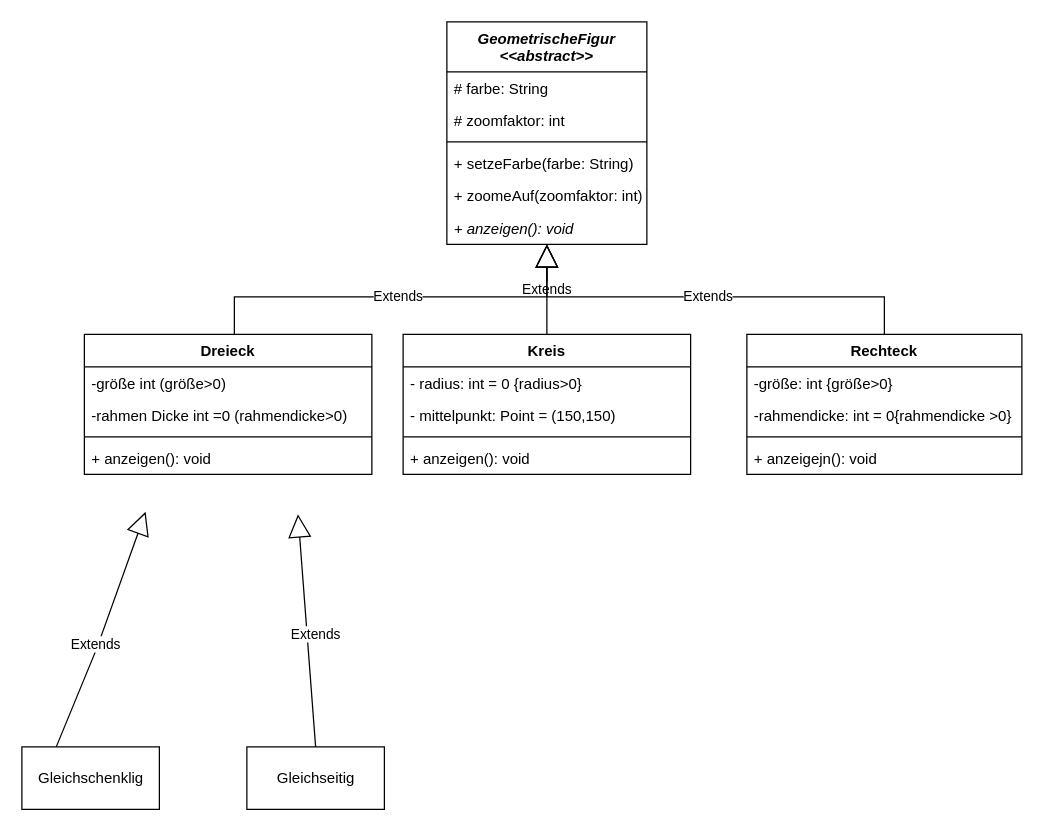
Earlier version of the draw.io diagram page "Seite-1" (1 of 2) of diagramme/Klassendiagramm.drawio (bso-hef/2022_LF8). Source tidied: cells renumbered, new cells numbered last; positions are measured from the earlier drawing's top-left corner, leaving out a move shared by most shapes. Both pictures are drawn from the tidied source at 125%, with x=0, y=0 at pixel (21, 21).
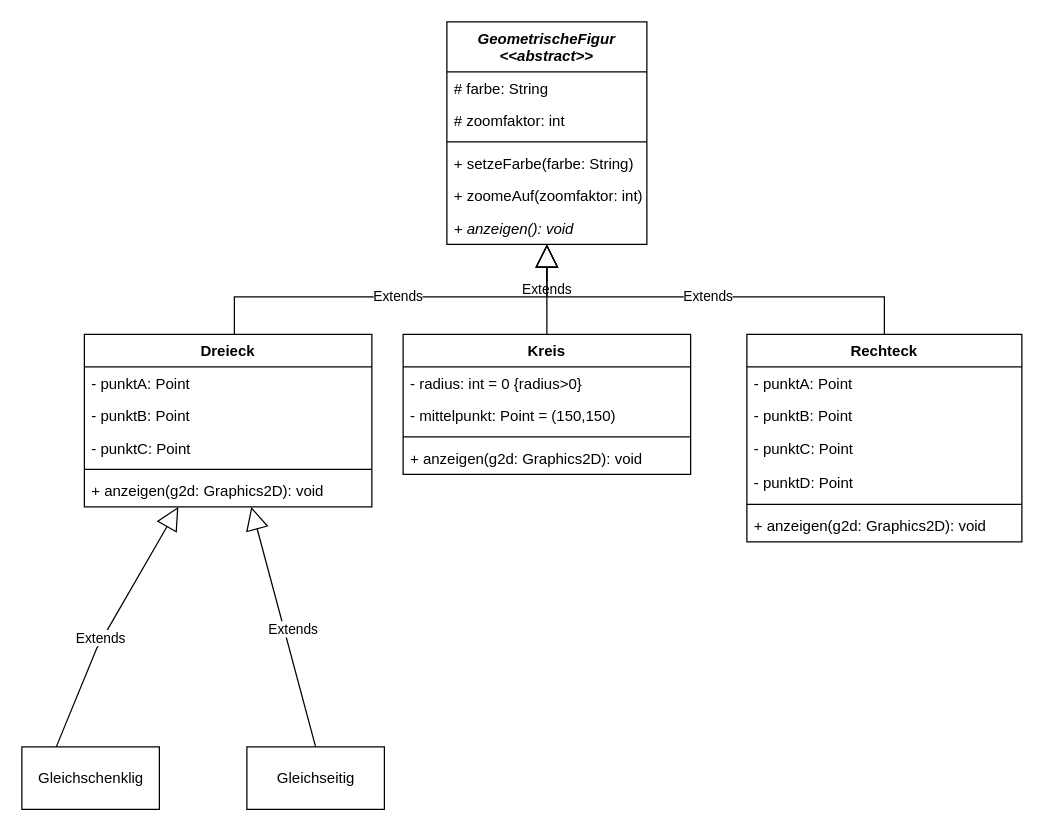
The same page after the edit.

Commit message:
updated class diagramm

Unchanged cells that the change refers to:
```xml
<mxCell id="2" value="Kreis" style="swimlane;fontStyle=1;align=center;verticalAlign=top;horizontal=1;startSize=26;" parent="1" vertex="1">
  <mxGeometry x="305" y="250" width="230" height="112" as="geometry" />
</mxCell>
<mxCell id="24" value="Gleichschenklig" style="html=1;" parent="1" vertex="1">
  <mxGeometry y="580" width="110" height="50" as="geometry" />
</mxCell>
<mxCell id="25" value="Gleichseitig" style="html=1;" parent="1" vertex="1">
  <mxGeometry x="180" y="580" width="110" height="50" as="geometry" />
</mxCell>
```

Change to the diagram source:
```diff
@@
-    <mxCell id="6" value="+ anzeigen(): void" style="text;strokeColor=none;fillColor=none;align=left;verticalAlign=top;spacingLeft=4;spacingRight=4;overflow=hidden;" parent="2" vertex="1">
+    <mxCell id="6" value="+ anzeigen(g2d: Graphics2D): void" style="text;strokeColor=none;fillColor=none;align=left;verticalAlign=top;spacingLeft=4;spacingRight=4;overflow=hidden;" parent="2" vertex="1">
       <mxGeometry y="86" width="230" height="26" as="geometry" />
     </mxCell>
     <mxCell id="7" value="Dreieck" style="swimlane;fontStyle=1;align=center;verticalAlign=top;horizontal=1;startSize=26;" parent="1" vertex="1">
-      <mxGeometry x="50" y="250" width="230" height="112" as="geometry" />
+      <mxGeometry x="50" y="250" width="230" height="138" as="geometry" />
     </mxCell>
-    <mxCell id="8" value="-größe int (größe&gt;0)" style="text;strokeColor=none;fillColor=none;align=left;verticalAlign=top;spacingLeft=4;spacingRight=4;overflow=hidden;" parent="7" vertex="1">
+    <mxCell id="8" value="- punktA: Point" style="text;strokeColor=none;fillColor=none;align=left;verticalAlign=top;spacingLeft=4;spacingRight=4;overflow=hidden;" parent="7" vertex="1">
       <mxGeometry y="26" width="230" height="26" as="geometry" />
     </mxCell>
-    <mxCell id="9" value="-rahmen Dicke int =0 (rahmendicke&gt;0)" style="text;strokeColor=none;fillColor=none;align=left;verticalAlign=top;spacingLeft=4;spacingRight=4;overflow=hidden;" parent="7" vertex="1">
-      <mxGeometry y="52" width="230" height="26" as="geometry" />
-    </mxCell>
+    <mxCell id="31" value="- punktB: Point" style="text;strokeColor=none;fillColor=none;align=left;verticalAlign=top;spacingLeft=4;spacingRight=4;overflow=hidden;" parent="7" vertex="1">
+      <mxGeometry y="52" width="230" height="26" as="geometry" />
+    </mxCell>
+    <mxCell id="32" value="- punktC: Point" style="text;strokeColor=none;fillColor=none;align=left;verticalAlign=top;spacingLeft=4;spacingRight=4;overflow=hidden;" parent="7" vertex="1">
+      <mxGeometry y="78" width="230" height="26" as="geometry" />
+    </mxCell>
     <mxCell id="10" style="line;strokeWidth=1;fillColor=none;align=left;verticalAlign=middle;spacingTop=-1;spacingLeft=3;spacingRight=3;labelPosition=right;strokeColor=inherit;" parent="7" vertex="1">
-      <mxGeometry y="78" width="230" height="8" as="geometry" />
+      <mxGeometry y="104" width="230" height="8" as="geometry" />
     </mxCell>
-    <mxCell id="11" value="+ anzeigen(): void&#10;" style="text;strokeColor=none;fillColor=none;align=left;verticalAlign=top;spacingLeft=4;spacingRight=4;overflow=hidden;" parent="7" vertex="1">
-      <mxGeometry y="86" width="230" height="26" as="geometry" />
+    <mxCell id="11" value="+ anzeigen(g2d: Graphics2D): void&#10;" style="text;strokeColor=none;fillColor=none;align=left;verticalAlign=top;spacingLeft=4;spacingRight=4;overflow=hidden;" parent="7" vertex="1">
+      <mxGeometry y="112" width="230" height="26" as="geometry" />
     </mxCell>
     <mxCell id="12" value="Rechteck" style="swimlane;fontStyle=1;align=center;verticalAlign=top;horizontal=1;startSize=26;" parent="1" vertex="1">
-      <mxGeometry x="580" y="250" width="220" height="112" as="geometry" />
+      <mxGeometry x="580" y="250" width="220" height="166" as="geometry" />
     </mxCell>
-    <mxCell id="13" value="-größe: int {größe&gt;0}" style="text;strokeColor=none;fillColor=none;align=left;verticalAlign=top;spacingLeft=4;spacingRight=4;overflow=hidden;" parent="12" vertex="1">
-      <mxGeometry y="26" width="220" height="26" as="geometry" />
-    </mxCell>
-    <mxCell id="14" value="-rahmendicke: int = 0{rahmendicke &gt;0}" style="text;strokeColor=none;fillColor=none;align=left;verticalAlign=top;spacingLeft=4;spacingRight=4;overflow=hidden;" parent="12" vertex="1">
-      <mxGeometry y="52" width="220" height="26" as="geometry" />
-    </mxCell>
+    <mxCell id="33" value="- punktA: Point" style="text;strokeColor=none;fillColor=none;align=left;verticalAlign=top;spacingLeft=4;spacingRight=4;overflow=hidden;" parent="12" vertex="1">
+      <mxGeometry y="26" width="220" height="26" as="geometry" />
+    </mxCell>
+    <mxCell id="34" value="- punktB: Point" style="text;strokeColor=none;fillColor=none;align=left;verticalAlign=top;spacingLeft=4;spacingRight=4;overflow=hidden;" parent="12" vertex="1">
+      <mxGeometry y="52" width="220" height="26" as="geometry" />
+    </mxCell>
+    <mxCell id="35" value="- punktC: Point" style="text;strokeColor=none;fillColor=none;align=left;verticalAlign=top;spacingLeft=4;spacingRight=4;overflow=hidden;" parent="12" vertex="1">
+      <mxGeometry y="78" width="220" height="27" as="geometry" />
+    </mxCell>
+    <mxCell id="36" value="- punktD: Point" style="text;strokeColor=none;fillColor=none;align=left;verticalAlign=top;spacingLeft=4;spacingRight=4;overflow=hidden;" parent="12" vertex="1">
+      <mxGeometry y="105" width="220" height="27" as="geometry" />
+    </mxCell>
     <mxCell id="15" style="line;strokeWidth=1;fillColor=none;align=left;verticalAlign=middle;spacingTop=-1;spacingLeft=3;spacingRight=3;labelPosition=right;strokeColor=inherit;" parent="12" vertex="1">
-      <mxGeometry y="78" width="220" height="8" as="geometry" />
+      <mxGeometry y="132" width="220" height="8" as="geometry" />
     </mxCell>
-    <mxCell id="16" value="+ anzeigejn(): void" style="text;strokeColor=none;fillColor=none;align=left;verticalAlign=top;spacingLeft=4;spacingRight=4;overflow=hidden;" parent="12" vertex="1">
-      <mxGeometry y="86" width="220" height="26" as="geometry" />
+    <mxCell id="16" value="+ anzeigen(g2d: Graphics2D): void" style="text;strokeColor=none;fillColor=none;align=left;verticalAlign=top;spacingLeft=4;spacingRight=4;overflow=hidden;" parent="12" vertex="1">
+      <mxGeometry y="140" width="220" height="26" as="geometry" />
     </mxCell>
@@
-    <mxCell id="26" value="Extends" style="endArrow=block;endSize=16;endFill=0;html=1;rounded=0;entryX=0.213;entryY=1.154;entryDx=0;entryDy=0;entryPerimeter=0;exitX=0.25;exitY=0;exitDx=0;exitDy=0;" parent="1" edge="1" source="24">
+    <mxCell id="26" value="Extends" style="endArrow=block;endSize=16;endFill=0;html=1;rounded=0;exitX=0.25;exitY=0;exitDx=0;exitDy=0;" parent="1" edge="1" source="24" target="7">
       <mxGeometry x="-0.13" y="2" relative="1" as="geometry">
-        <mxPoint x="99" y="392" as="targetPoint" />
         <Array as="points">
           <mxPoint x="60" y="501" />
         </Array>
       </mxGeometry>
     </mxCell>
-    <mxCell id="27" value="Extends" style="endArrow=block;endSize=16;endFill=0;html=1;rounded=0;entryX=0.743;entryY=1.231;entryDx=0;entryDy=0;entryPerimeter=0;exitX=0.5;exitY=0;exitDx=0;exitDy=0;" parent="1" edge="1" source="25">
-      <mxGeometry x="-0.04" y="-7" relative="1" as="geometry">
-        <mxPoint x="220.9" y="394" as="targetPoint" />
-      </mxGeometry>
+    <mxCell id="27" value="Extends" style="endArrow=block;endSize=16;endFill=0;html=1;rounded=0;exitX=0.5;exitY=0;exitDx=0;exitDy=0;" parent="1" edge="1" source="25" target="7">
+      <mxGeometry x="-0.04" y="-7" relative="1" as="geometry" />
     </mxCell>
```
